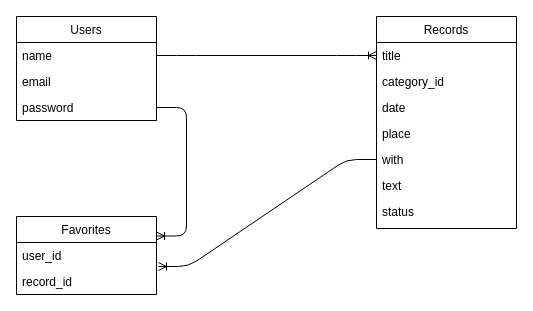
akn127/recosnap keeps this draw.io diagram as recosnap.dio. Above is the earlier version. Source tidied: cells renumbered, new cells numbered last; positions are measured from the earlier drawing's top-left corner, leaving out a move shared by most shapes. Both pictures are drawn from the tidied source at 100%, with x=0, y=0 at pixel (16, 16).
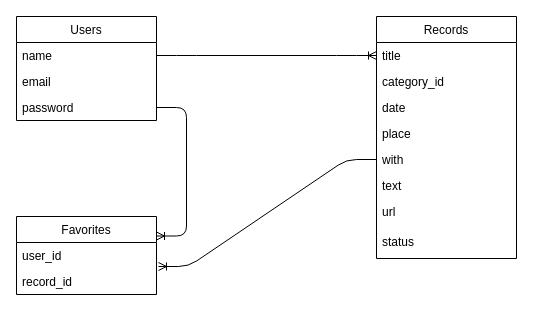
Above is the later version.

Diff of the diagram source:
```diff
@@
     <mxCell id="6" value="Records" style="swimlane;fontStyle=0;horizontal=1;startSize=26;fillColor=none;" parent="1" vertex="1">
-      <mxGeometry x="360" width="140" height="212" as="geometry" />
+      <mxGeometry x="360" width="140" height="242" as="geometry" />
     </mxCell>
@@
+    <mxCell id="20" value="url" style="text;strokeColor=none;fillColor=none;spacingLeft=4;spacingRight=4;overflow=hidden;fontSize=12;" parent="6" vertex="1">
+      <mxGeometry y="182" width="140" height="30" as="geometry" />
+    </mxCell>
     <mxCell id="13" value="status" style="text;strokeColor=none;fillColor=none;spacingLeft=4;spacingRight=4;overflow=hidden;fontSize=12;" parent="6" vertex="1">
-      <mxGeometry y="182" width="140" height="30" as="geometry" />
+      <mxGeometry y="212" width="140" height="30" as="geometry" />
     </mxCell>
```
